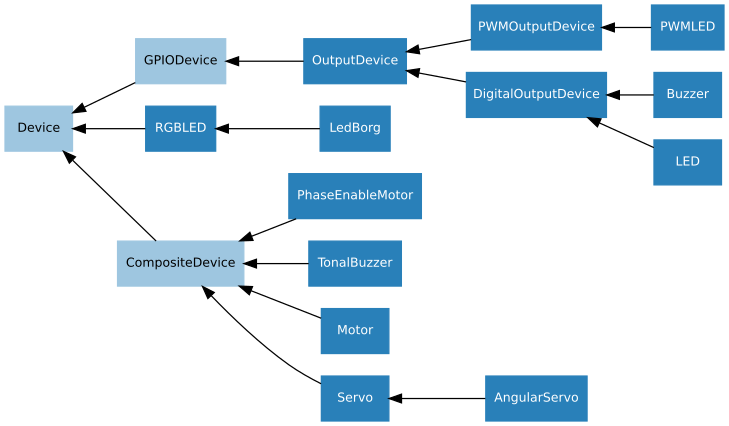
Earlier version of the Graphviz export docs/images/output_device_hierarchy.png (gpiozero/gpiozero). Its source is kept beside it as docs/images/output_device_hierarchy.dot. Its diagram source:
```dot
digraph classes {
    graph [rankdir=RL];
    node [shape=rect, style=filled, fontname=Sans, fontsize=10];
    edge [];

    /* Mixin classes */
    node [color="#c69ee0", fontcolor="#000000"]



    /* Abstract classes */
    node [color="#9ec6e0", fontcolor="#000000"]

    CompositeDevice;
    GPIODevice;
    Device;

    /* Concrete classes */
    node [color="#2980b9", fontcolor="#ffffff"];

    PhaseEnableMotor->CompositeDevice;
    PWMOutputDevice->OutputDevice;
    TonalBuzzer->CompositeDevice;
    GPIODevice->Device;
    CompositeDevice->Device;
    PWMLED->PWMOutputDevice;
    Motor->CompositeDevice;
    Buzzer->DigitalOutputDevice;
    Servo->CompositeDevice;
    DigitalOutputDevice->OutputDevice;
    RGBLED->Device;
    AngularServo->Servo;
    OutputDevice->GPIODevice;
    LED->DigitalOutputDevice;
    LedBorg->RGBLED;
}
```
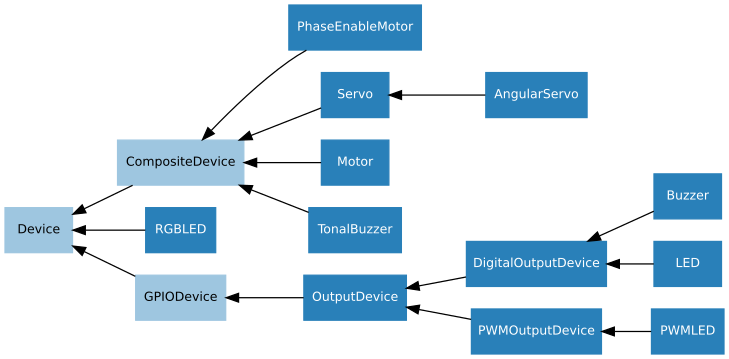
Later version of the same file.

The edit, as a diff of the source:
```diff
@@ -11,26 +11,25 @@
     /* Abstract classes */
     node [color="#9ec6e0", fontcolor="#000000"]
 
+    GPIODevice;
     CompositeDevice;
-    GPIODevice;
     Device;
 
     /* Concrete classes */
     node [color="#2980b9", fontcolor="#ffffff"];
 
     PhaseEnableMotor->CompositeDevice;
-    PWMOutputDevice->OutputDevice;
-    TonalBuzzer->CompositeDevice;
-    GPIODevice->Device;
-    CompositeDevice->Device;
-    PWMLED->PWMOutputDevice;
-    Motor->CompositeDevice;
-    Buzzer->DigitalOutputDevice;
     Servo->CompositeDevice;
     DigitalOutputDevice->OutputDevice;
+    Motor->CompositeDevice;
+    TonalBuzzer->CompositeDevice;
+    OutputDevice->GPIODevice;
+    AngularServo->Servo;
+    Buzzer->DigitalOutputDevice;
+    CompositeDevice->Device;
+    PWMOutputDevice->OutputDevice;
+    PWMLED->PWMOutputDevice;
+    GPIODevice->Device;
+    LED->DigitalOutputDevice;
     RGBLED->Device;
-    AngularServo->Servo;
-    OutputDevice->GPIODevice;
-    LED->DigitalOutputDevice;
-    LedBorg->RGBLED;
 }
```
